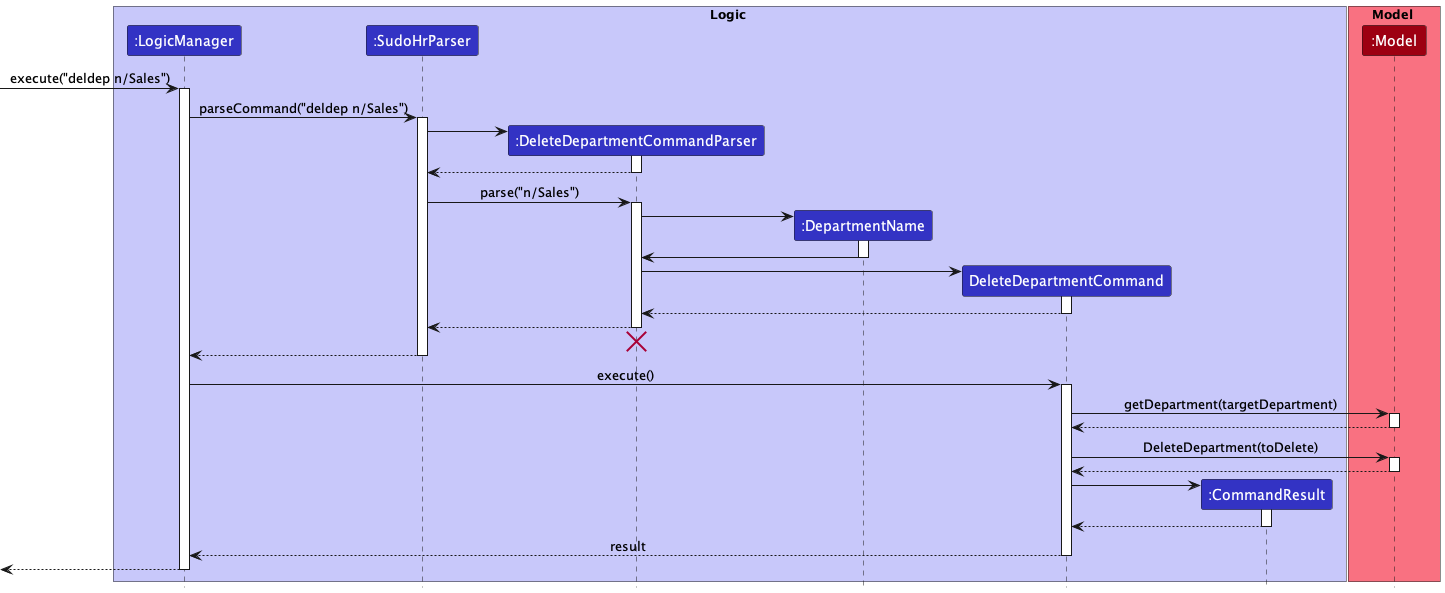
Before: docs/images/commands/department/DeleteDepartmentSequenceDiagram.png, a diagram exported from PlantUML (nus-cs2103-AY2223S2/tp). Its diagram source:
```plantuml
@startuml
!include ../../style.puml

box Logic LOGIC_COLOR_T1
participant ":LogicManager" as LogicManager LOGIC_COLOR
participant ":SudoHrParser" as SudoHrParser LOGIC_COLOR
participant ":DeleteDepartmentCommandParser" as DeleteDepartmentCommandParser LOGIC_COLOR
participant ":DepartmentName" as DepartmentName LOGIC_COLOR
participant "DeleteDepartmentCommand" as DeleteDepartmentCommand LOGIC_COLOR
participant ":CommandResult" as CommandResult LOGIC_COLOR
end box

box Model MODEL_COLOR_T1
participant ":Model" as Model MODEL_COLOR
end box

[-> LogicManager : execute("deldep n/Sales")
activate LogicManager

LogicManager -> SudoHrParser : parseCommand("deldep n/Sales")
activate SudoHrParser

create DeleteDepartmentCommandParser
SudoHrParser -> DeleteDepartmentCommandParser
activate DeleteDepartmentCommandParser

DeleteDepartmentCommandParser --> SudoHrParser
deactivate DeleteDepartmentCommandParser

SudoHrParser -> DeleteDepartmentCommandParser : parse("n/Sales")
activate DeleteDepartmentCommandParser

create DepartmentName
DeleteDepartmentCommandParser -> DepartmentName
activate DepartmentName

DepartmentName -> DeleteDepartmentCommandParser
deactivate

create DeleteDepartmentCommand
DeleteDepartmentCommandParser -> DeleteDepartmentCommand
activate DeleteDepartmentCommand

DeleteDepartmentCommand --> DeleteDepartmentCommandParser
deactivate DeleteDepartmentCommand

DeleteDepartmentCommandParser --> SudoHrParser
deactivate DeleteDepartmentCommandParser
DeleteDepartmentCommandParser -[hidden]-> SudoHrParser
destroy DeleteDepartmentCommandParser

SudoHrParser --> LogicManager
deactivate SudoHrParser

LogicManager -> DeleteDepartmentCommand : execute()
activate DeleteDepartmentCommand

DeleteDepartmentCommand -> Model : getDepartment(targetDepartment)
activate Model

Model --> DeleteDepartmentCommand
deactivate Model

DeleteDepartmentCommand -> Model : DeleteDepartment(toDelete)
activate Model

Model --> DeleteDepartmentCommand
deactivate Model

create CommandResult
DeleteDepartmentCommand -> CommandResult
activate CommandResult

CommandResult --> DeleteDepartmentCommand
deactivate CommandResult

DeleteDepartmentCommand --> LogicManager : result
deactivate DeleteDepartmentCommand

[<--LogicManager
deactivate LogicManager
@enduml
```
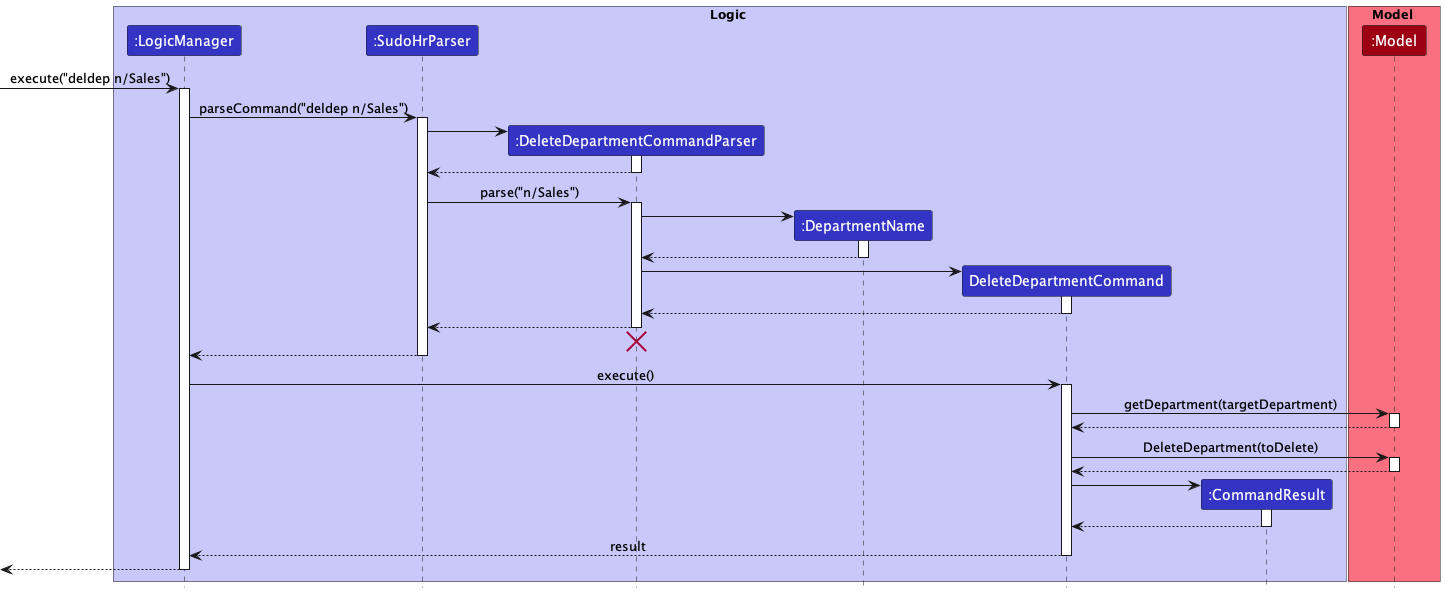
After the commit.

Diff of the diagram source:
```diff
@@ -34,7 +34,7 @@
 DeleteDepartmentCommandParser -> DepartmentName
 activate DepartmentName
 
-DepartmentName -> DeleteDepartmentCommandParser
+DepartmentName --> DeleteDepartmentCommandParser
 deactivate
 
 create DeleteDepartmentCommand
```
